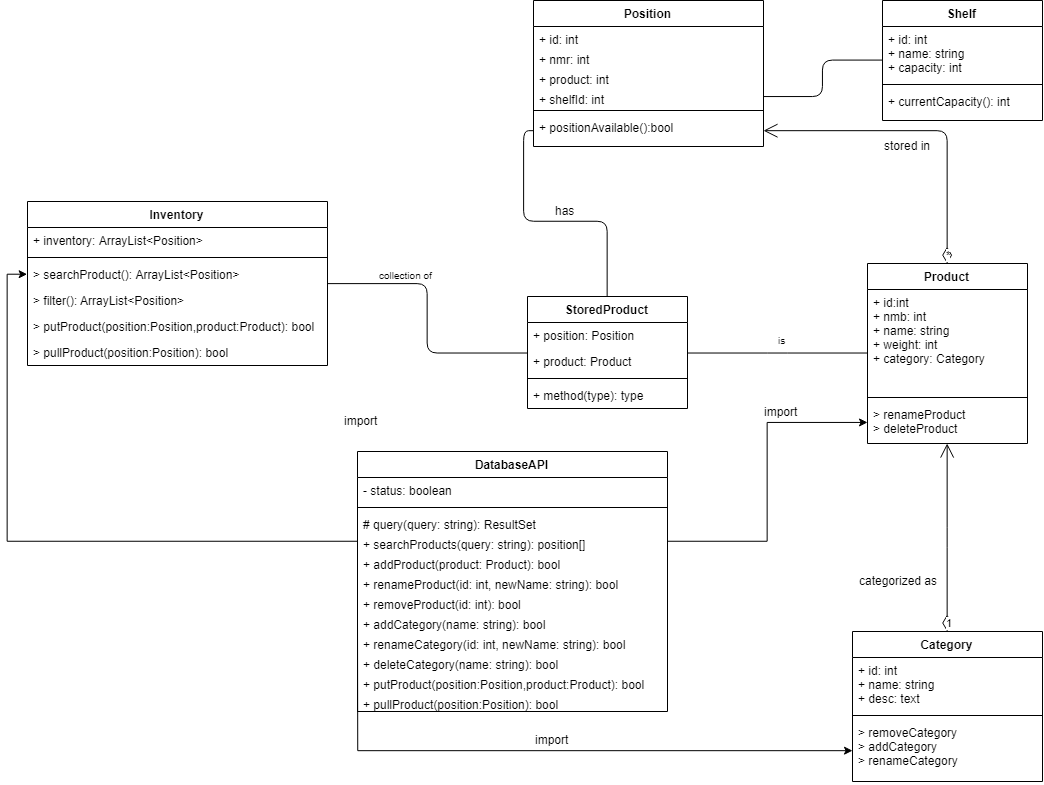
callidaria/pen-testing keeps this draw.io diagram as mockups/UML Klassendiagram.png. Above is the earlier version. Source tidied: cells renumbered, new cells last; positions are measured from the earlier drawing's top-left corner, leaving out a move shared by most shapes.
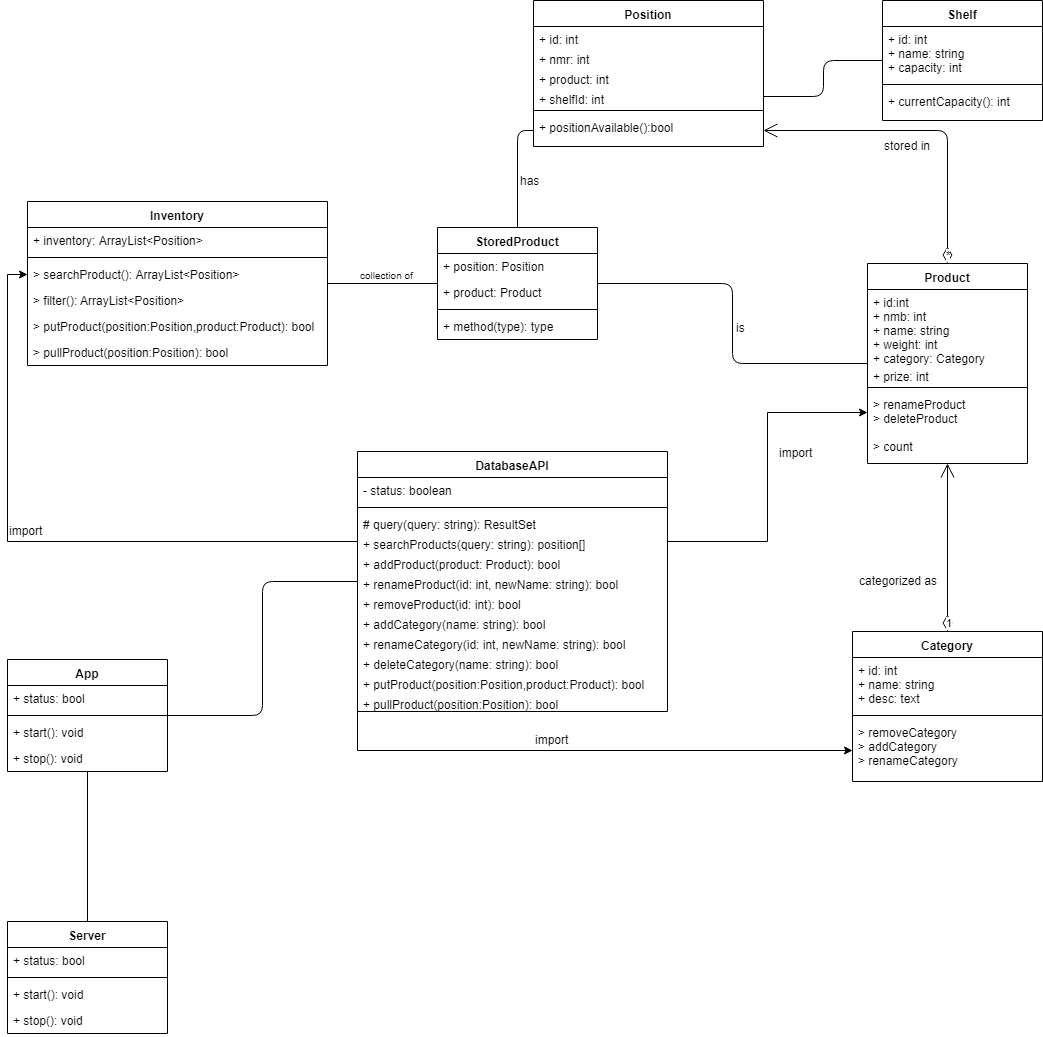
After the change.

Change to the diagram source:
```diff
@@ -36,17 +36,23 @@
       <mxGeometry y="114" width="230" height="32" as="geometry" />
     </mxCell>
     <mxCell id="13" value="Product" style="swimlane;fontStyle=1;align=center;verticalAlign=top;horizontal=1;startSize=26;" parent="1" vertex="1">
-      <mxGeometry x="840" y="263" width="160" height="180" as="geometry" />
+      <mxGeometry x="840" y="263" width="160" height="200" as="geometry" />
     </mxCell>
     <mxCell id="14" value="+ id:int&#10;+ nmb: int&#10;+ name: string&#10;+ weight: int&#10;+ category: Category" style="text;strokeColor=none;fillColor=none;align=left;verticalAlign=top;spacingLeft=4;spacingRight=4;overflow=hidden;" parent="13" vertex="1">
-      <mxGeometry y="26" width="160" height="104" as="geometry" />
+      <mxGeometry y="26" width="160" height="74" as="geometry" />
     </mxCell>
+    <mxCell id="63" value="+ prize: int" style="text;strokeColor=none;fillColor=none;align=left;verticalAlign=top;spacingLeft=4;spacingRight=4;overflow=hidden;" parent="13" vertex="1">
+      <mxGeometry y="100" width="160" height="20" as="geometry" />
+    </mxCell>
     <mxCell id="15" style="line;strokeWidth=1;fillColor=none;align=left;verticalAlign=middle;spacingTop=-1;spacingLeft=3;spacingRight=3;labelPosition=right;" parent="13" vertex="1">
-      <mxGeometry y="130" width="160" height="8" as="geometry" />
+      <mxGeometry y="120" width="160" height="8" as="geometry" />
     </mxCell>
     <mxCell id="16" value="&gt; renameProduct&#10;&gt; deleteProduct" style="text;strokeColor=none;fillColor=none;align=left;verticalAlign=top;spacingLeft=4;spacingRight=4;overflow=hidden;points=[[0,0.5],[1,0.5]];portConstraint=eastwest;" parent="13" vertex="1">
-      <mxGeometry y="138" width="160" height="42" as="geometry" />
+      <mxGeometry y="128" width="160" height="42" as="geometry" />
     </mxCell>
+    <mxCell id="64" value="&gt; count" style="text;strokeColor=none;fillColor=none;align=left;verticalAlign=top;spacingLeft=4;spacingRight=4;overflow=hidden;" parent="13" vertex="1">
+      <mxGeometry y="170" width="160" height="30" as="geometry" />
+    </mxCell>
     <mxCell id="17" value="Category" style="swimlane;fontStyle=1;align=center;verticalAlign=top;horizontal=1;startSize=26;" parent="1" vertex="1">
       <mxGeometry x="825" y="631" width="190" height="150" as="geometry" />
     </mxCell>
@@ -138,13 +144,13 @@
       <mxGeometry y="138" width="300" height="26" as="geometry" />
     </mxCell>
     <mxCell id="47" value="import" style="text;html=1;align=left;verticalAlign=top;spacingTop=-4;" parent="1" vertex="1">
-      <mxGeometry x="315" y="411" width="50" height="20" as="geometry" />
+      <mxGeometry x="-20" y="521" width="50" height="20" as="geometry" />
     </mxCell>
     <mxCell id="48" style="edgeStyle=orthogonalEdgeStyle;rounded=0;jettySize=auto;html=1;exitX=1;exitY=0.5;exitDx=0;exitDy=0;" parent="1" edge="1" source="27" target="16">
       <mxGeometry relative="1" as="geometry" />
     </mxCell>
     <mxCell id="49" value="import" style="text;html=1;align=left;verticalAlign=top;spacingTop=-4;" parent="1" vertex="1">
-      <mxGeometry x="735" y="402" width="50" height="20" as="geometry" />
+      <mxGeometry x="750" y="443" width="50" height="20" as="geometry" />
     </mxCell>
     <mxCell id="50" style="edgeStyle=orthogonalEdgeStyle;rounded=0;jettySize=auto;html=1;exitX=0;exitY=0.5;exitDx=0;exitDy=0;" parent="1" edge="1" target="20">
       <mxGeometry relative="1" as="geometry">
@@ -155,7 +161,7 @@
       <mxGeometry x="506" y="730" width="50" height="20" as="geometry" />
     </mxCell>
     <mxCell id="52" value="StoredProduct" style="swimlane;fontStyle=1;align=center;verticalAlign=top;horizontal=1;startSize=26;" parent="1" vertex="1">
-      <mxGeometry x="500" y="296" width="160" height="112" as="geometry" />
+      <mxGeometry x="410" y="227" width="160" height="112" as="geometry" />
     </mxCell>
     <mxCell id="53" value="+ position: Position" style="text;strokeColor=none;fillColor=none;align=left;verticalAlign=top;spacingLeft=4;spacingRight=4;overflow=hidden;" parent="52" vertex="1">
       <mxGeometry y="26" width="160" height="26" as="geometry" />
@@ -174,22 +180,58 @@
     </mxCell>
     <mxCell id="58" value="collection of" style="html=1;align=left;verticalAlign=bottom;labelBackgroundColor=#ffffff;fontSize=10;" parent="57" vertex="1">
       <mxGeometry x="-1" relative="1" as="geometry">
-        <mxPoint x="50" as="offset" />
+        <mxPoint x="30" as="offset" />
       </mxGeometry>
     </mxCell>
     <mxCell id="59" style="endArrow=none;html=1;edgeStyle=orthogonalEdgeStyle;" parent="1" edge="1" source="52" target="12">
       <mxGeometry relative="1" as="geometry" />
     </mxCell>
     <mxCell id="60" value="has" style="text;html=1;align=left;verticalAlign=top;spacingTop=-4;" parent="1" vertex="1">
-      <mxGeometry x="526" y="201" width="30" height="20" as="geometry" />
+      <mxGeometry x="491" y="171" width="30" height="20" as="geometry" />
     </mxCell>
     <mxCell id="61" style="endArrow=none;html=1;edgeStyle=orthogonalEdgeStyle;" parent="1" edge="1" source="52" target="13">
       <mxGeometry relative="1" as="geometry" />
     </mxCell>
-    <mxCell id="62" value="is" style="html=1;align=right;verticalAlign=bottom;labelBackgroundColor=#ffffff;fontSize=10;" parent="61" vertex="1">
+    <mxCell id="62" value="is" style="html=1;align=right;verticalAlign=bottom;labelBackgroundColor=#ffffff;fontSize=12;" parent="61" vertex="1">
       <mxGeometry x="1" relative="1" as="geometry">
-        <mxPoint x="-80" y="-5" as="offset" />
+        <mxPoint x="-120.5" y="-27.5" as="offset" />
       </mxGeometry>
     </mxCell>
+    <mxCell id="65" value="Server" style="swimlane;fontStyle=1;align=center;verticalAlign=top;horizontal=1;startSize=26;" parent="1" vertex="1">
+      <mxGeometry x="-20" y="921" width="160" height="112" as="geometry" />
+    </mxCell>
+    <mxCell id="66" value="+ status: bool" style="text;strokeColor=none;fillColor=none;align=left;verticalAlign=top;spacingLeft=4;spacingRight=4;overflow=hidden;" parent="65" vertex="1">
+      <mxGeometry y="26" width="160" height="26" as="geometry" />
+    </mxCell>
+    <mxCell id="67" style="line;strokeWidth=1;fillColor=none;align=left;verticalAlign=middle;spacingTop=-1;spacingLeft=3;spacingRight=3;labelPosition=right;" parent="65" vertex="1">
+      <mxGeometry y="52" width="160" height="8" as="geometry" />
+    </mxCell>
+    <mxCell id="68" value="+ start(): void" style="text;strokeColor=none;fillColor=none;align=left;verticalAlign=top;spacingLeft=4;spacingRight=4;overflow=hidden;" parent="65" vertex="1">
+      <mxGeometry y="60" width="160" height="26" as="geometry" />
+    </mxCell>
+    <mxCell id="69" value="+ stop(): void" style="text;strokeColor=none;fillColor=none;align=left;verticalAlign=top;spacingLeft=4;spacingRight=4;overflow=hidden;" parent="65" vertex="1">
+      <mxGeometry y="86" width="160" height="26" as="geometry" />
+    </mxCell>
+    <mxCell id="70" value="App" style="swimlane;fontStyle=1;align=center;verticalAlign=top;horizontal=1;startSize=26;" parent="1" vertex="1">
+      <mxGeometry x="-20" y="659" width="160" height="112" as="geometry" />
+    </mxCell>
+    <mxCell id="71" value="+ status: bool" style="text;strokeColor=none;fillColor=none;align=left;verticalAlign=top;spacingLeft=4;spacingRight=4;overflow=hidden;" parent="70" vertex="1">
+      <mxGeometry y="26" width="160" height="26" as="geometry" />
+    </mxCell>
+    <mxCell id="72" style="line;strokeWidth=1;fillColor=none;align=left;verticalAlign=middle;spacingTop=-1;spacingLeft=3;spacingRight=3;labelPosition=right;" parent="70" vertex="1">
+      <mxGeometry y="52" width="160" height="8" as="geometry" />
+    </mxCell>
+    <mxCell id="73" value="+ start(): void" style="text;strokeColor=none;fillColor=none;align=left;verticalAlign=top;spacingLeft=4;spacingRight=4;overflow=hidden;" parent="70" vertex="1">
+      <mxGeometry y="60" width="160" height="26" as="geometry" />
+    </mxCell>
+    <mxCell id="74" value="+ stop(): void" style="text;strokeColor=none;fillColor=none;align=left;verticalAlign=top;spacingLeft=4;spacingRight=4;overflow=hidden;" parent="70" vertex="1">
+      <mxGeometry y="86" width="160" height="26" as="geometry" />
+    </mxCell>
+    <mxCell id="75" style="endArrow=none;html=1;edgeStyle=orthogonalEdgeStyle;exitX=0.5;exitY=0;exitDx=0;exitDy=0;" parent="1" edge="1" source="65" target="70">
+      <mxGeometry relative="1" as="geometry" />
+    </mxCell>
+    <mxCell id="76" style="endArrow=none;html=1;edgeStyle=orthogonalEdgeStyle;" parent="1" edge="1" source="70" target="23">
+      <mxGeometry relative="1" as="geometry" />
+    </mxCell>
   </root>
 </mxGraphModel>
```
